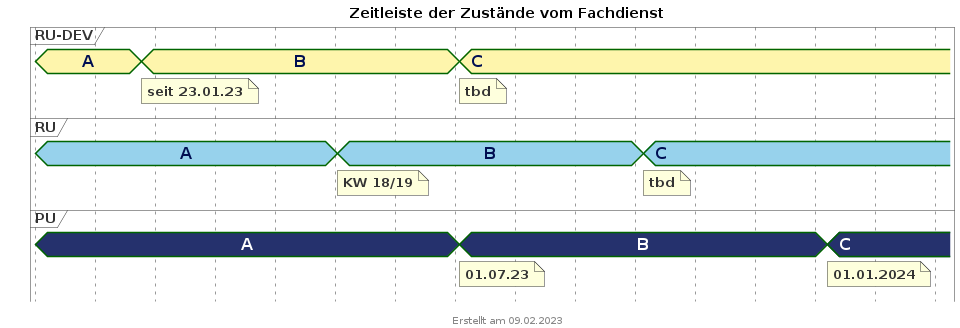
This is images/puml_fd_zustaende_timeline.png from gematik/api-erp, a PlantUML export, as it was before one commit.
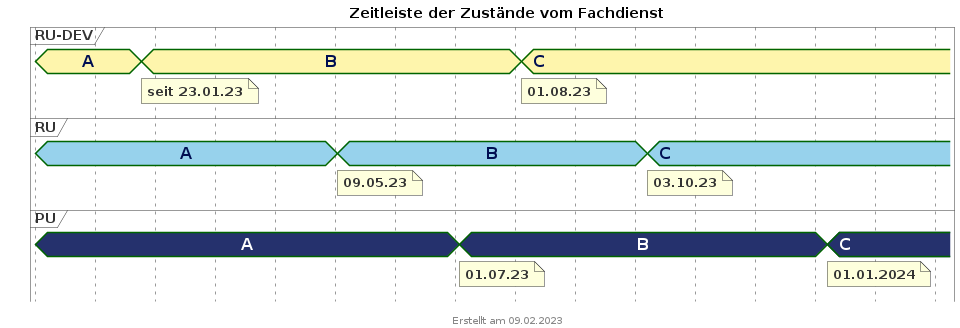
The same file after the commit.

Commit message:
Zeitleiste der Zustände im Fachdienst aktualisert

Diff of the diagram source:
```diff
@@ -47,17 +47,19 @@
 
 @2023/05/01
 RU is "B"
-note bottom of RU : KW 18/19
+note bottom of RU : 09.05.23
 
 @2023/07/01
 PU is "B"
 note bottom of PU : 01.07.23
+
+@2023/08/01
 RUDEV is "C"
-note bottom of RUDEV : tbd
+note bottom of RUDEV : 01.08.23
 
-@2023/10/01
+@2023/10/03
 RU is "C"
-note bottom of RU : tbd
+note bottom of RU : 03.10.23
 
 
 @2024/01/01
```
